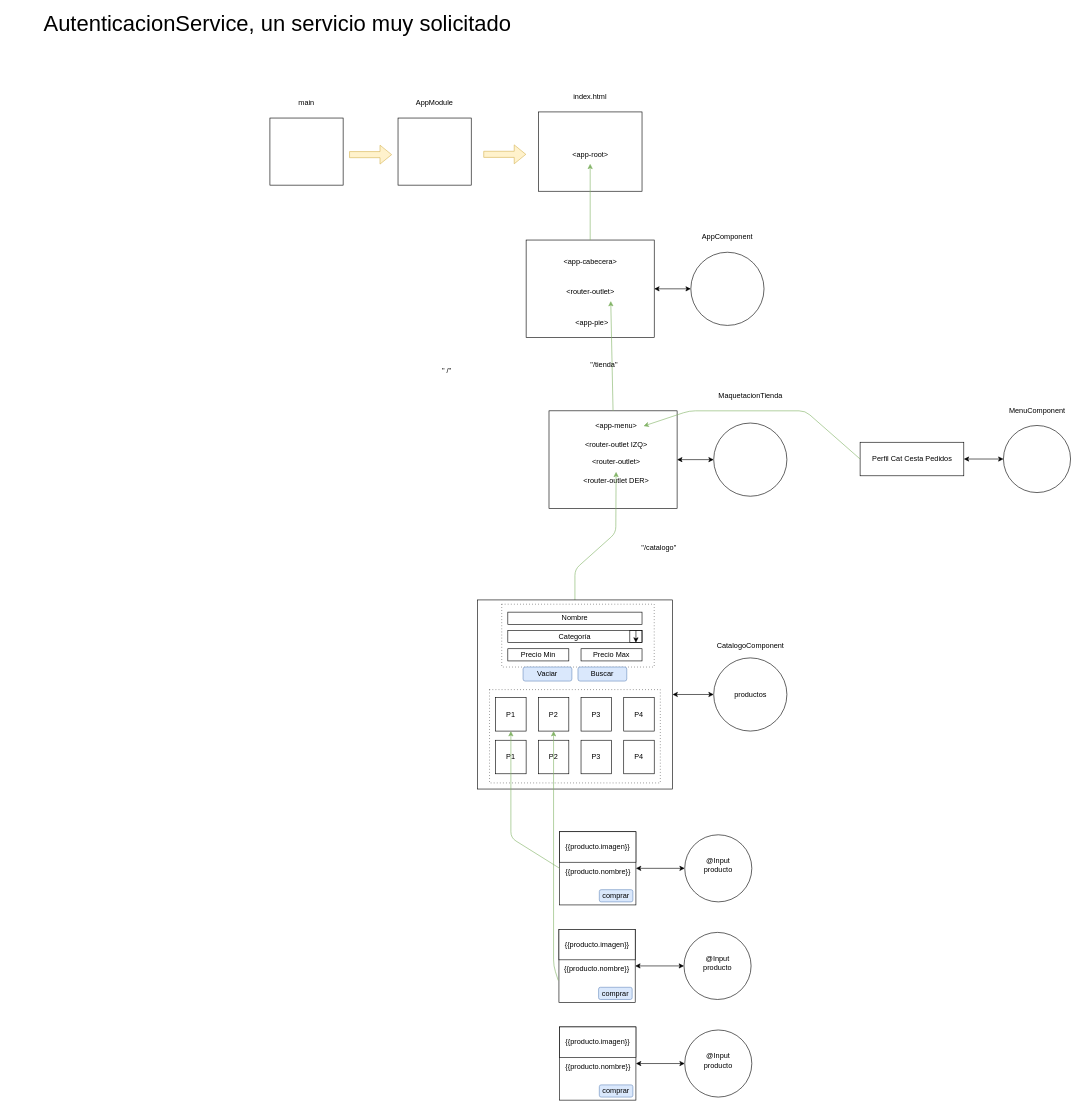
Earlier version of the draw.io diagram page "Página-47" (46 of 46) of dibujos.drawio (lrag/MEAN_2021_2). Source tidied: cells renumbered, new cells numbered last; positions are measured from the earlier drawing's top-left corner, leaving out a move shared by most shapes. Both pictures are drawn from the tidied source at 61%, with x=0, y=0 at pixel (10, 14).
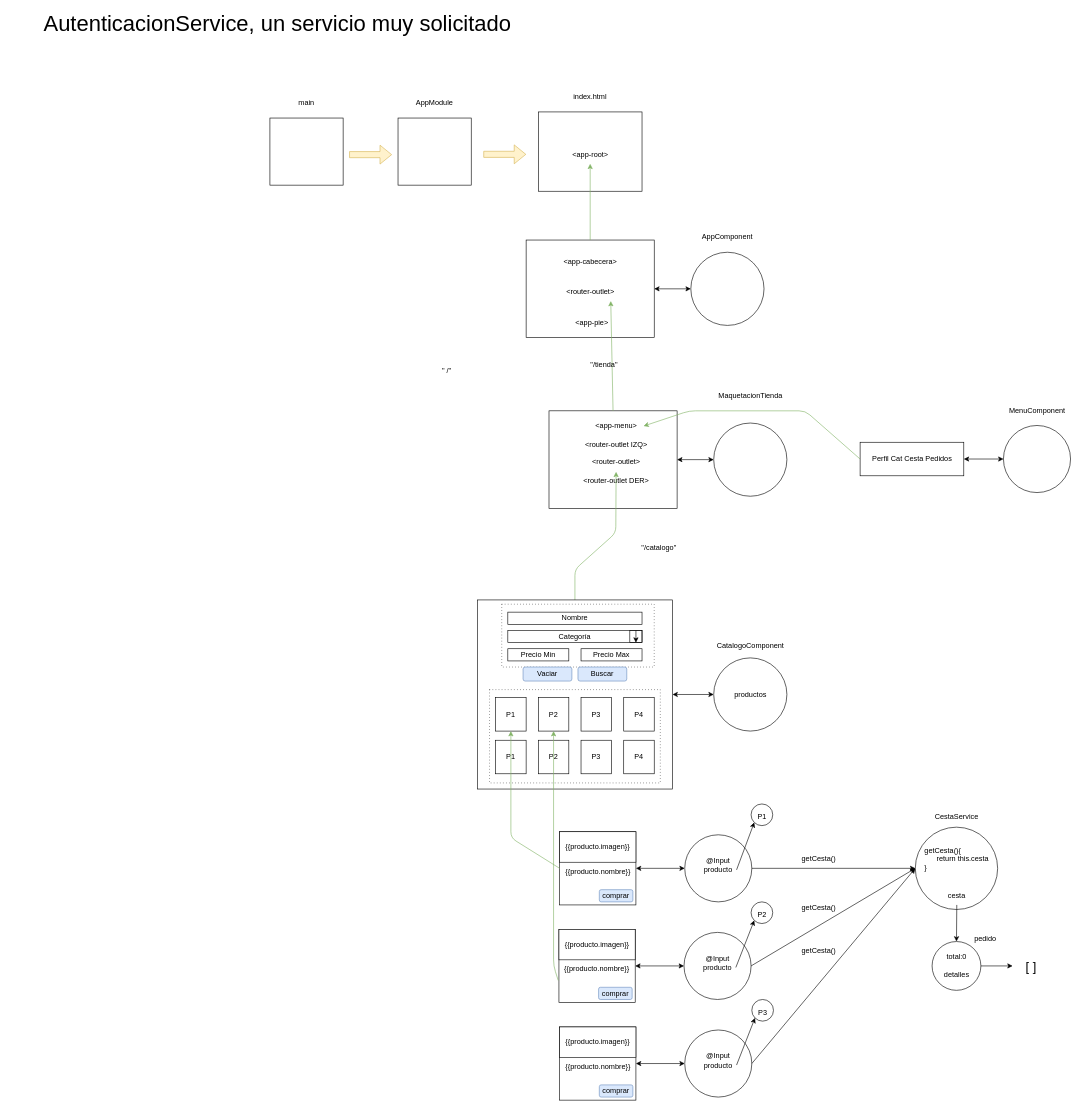
Above is the later version.

The change refers to these unchanged cells:
```xml
<mxCell id="63" style="ellipse;whiteSpace=wrap;html=1;" parent="1" vertex="1">
  <mxGeometry x="1105" y="1345" width="110" height="110" as="geometry" />
</mxCell>
<mxCell id="65" value="@Input&lt;br&gt;producto" style="text;html=1;strokeColor=none;fillColor=none;align=center;verticalAlign=middle;whiteSpace=wrap;rounded=0;" parent="1" vertex="1">
  <mxGeometry x="1130" y="1380" width="60" height="30" as="geometry" />
</mxCell>
<mxCell id="70" style="ellipse;whiteSpace=wrap;html=1;" parent="1" vertex="1">
  <mxGeometry x="1103.8" y="1505" width="110" height="110" as="geometry" />
</mxCell>
<mxCell id="72" value="@Input&lt;br&gt;producto" style="text;html=1;strokeColor=none;fillColor=none;align=center;verticalAlign=middle;whiteSpace=wrap;rounded=0;" parent="1" vertex="1">
  <mxGeometry x="1128.8" y="1540" width="60" height="30" as="geometry" />
</mxCell>
<mxCell id="77" style="ellipse;whiteSpace=wrap;html=1;" parent="1" vertex="1">
  <mxGeometry x="1105" y="1665" width="110" height="110" as="geometry" />
</mxCell>
<mxCell id="79" value="@Input&lt;br&gt;producto" style="text;html=1;strokeColor=none;fillColor=none;align=center;verticalAlign=middle;whiteSpace=wrap;rounded=0;" parent="1" vertex="1">
  <mxGeometry x="1130" y="1700" width="60" height="30" as="geometry" />
</mxCell>
```

The edit, as a diff of the source:
```diff
@@
+    <mxCell id="85" style="ellipse;whiteSpace=wrap;html=1;" parent="1" vertex="1">
+      <mxGeometry x="1483" y="1332.5" width="135" height="135" as="geometry" />
+    </mxCell>
+    <mxCell id="86" value="CestaService" style="text;html=1;strokeColor=none;fillColor=none;align=center;verticalAlign=middle;whiteSpace=wrap;rounded=0;" parent="1" vertex="1">
+      <mxGeometry x="1521" y="1300" width="60" height="30" as="geometry" />
+    </mxCell>
+    <mxCell id="87" style="endArrow=classic;html=1;rounded=1;exitX=1;exitY=0.5;exitDx=0;exitDy=0;" parent="1" edge="1" source="63" target="85">
+      <mxGeometry relative="1" as="geometry" />
+    </mxCell>
+    <mxCell id="88" style="endArrow=classic;html=1;rounded=1;exitX=1;exitY=0.5;exitDx=0;exitDy=0;entryX=0;entryY=0.5;entryDx=0;entryDy=0;" parent="1" edge="1" source="70" target="85">
+      <mxGeometry relative="1" as="geometry" />
+    </mxCell>
+    <mxCell id="89" style="endArrow=classic;html=1;rounded=1;exitX=1;exitY=0.5;exitDx=0;exitDy=0;entryX=0;entryY=0.5;entryDx=0;entryDy=0;" parent="1" edge="1" source="77" target="85">
+      <mxGeometry relative="1" as="geometry" />
+    </mxCell>
+    <mxCell id="90" value="getCesta()" style="text;html=1;strokeColor=none;fillColor=none;align=center;verticalAlign=middle;whiteSpace=wrap;rounded=0;" parent="1" vertex="1">
+      <mxGeometry x="1295" y="1520" width="60" height="30" as="geometry" />
+    </mxCell>
+    <mxCell id="91" value="getCesta()" style="text;html=1;strokeColor=none;fillColor=none;align=center;verticalAlign=middle;whiteSpace=wrap;rounded=0;" parent="1" vertex="1">
+      <mxGeometry x="1295" y="1450" width="60" height="30" as="geometry" />
+    </mxCell>
+    <mxCell id="92" value="getCesta()" style="text;html=1;strokeColor=none;fillColor=none;align=center;verticalAlign=middle;whiteSpace=wrap;rounded=0;" parent="1" vertex="1">
+      <mxGeometry x="1295" y="1370" width="60" height="30" as="geometry" />
+    </mxCell>
+    <mxCell id="93" style="endArrow=classic;html=1;rounded=1;exitX=0.5;exitY=1;exitDx=0;exitDy=0;entryX=0.5;entryY=0;entryDx=0;entryDy=0;" parent="1" edge="1" source="97" target="95">
+      <mxGeometry relative="1" as="geometry" />
+    </mxCell>
+    <mxCell id="94" style="edgeStyle=orthogonalEdgeStyle;rounded=1;jettySize=auto;html=1;entryX=0;entryY=0.5;entryDx=0;entryDy=0;fontSize=21;" parent="1" edge="1" source="95" target="101">
+      <mxGeometry relative="1" as="geometry" />
+    </mxCell>
+    <mxCell id="95" style="ellipse;whiteSpace=wrap;html=1;" parent="1" vertex="1">
+      <mxGeometry x="1510.5" y="1520" width="80" height="80" as="geometry" />
+    </mxCell>
+    <mxCell id="96" value="pedido" style="text;html=1;strokeColor=none;fillColor=none;align=center;verticalAlign=middle;whiteSpace=wrap;rounded=0;" parent="1" vertex="1">
+      <mxGeometry x="1568" y="1500" width="60" height="30" as="geometry" />
+    </mxCell>
+    <mxCell id="97" value="cesta" style="text;html=1;strokeColor=none;fillColor=none;align=center;verticalAlign=middle;whiteSpace=wrap;rounded=0;" parent="1" vertex="1">
+      <mxGeometry x="1521" y="1430" width="60" height="30" as="geometry" />
+    </mxCell>
+    <mxCell id="98" value="&lt;div style=&quot;text-align: left&quot;&gt;&lt;span&gt;getCesta(){&lt;/span&gt;&lt;/div&gt;&lt;div style=&quot;text-align: left&quot;&gt;&lt;span&gt;&amp;nbsp; &amp;nbsp; &amp;nbsp; return this.cesta&lt;/span&gt;&lt;/div&gt;&lt;div style=&quot;text-align: left&quot;&gt;&lt;span&gt;}&lt;/span&gt;&lt;/div&gt;" style="text;html=1;strokeColor=none;fillColor=none;align=center;verticalAlign=middle;whiteSpace=wrap;rounded=0;" parent="1" vertex="1">
+      <mxGeometry x="1491" y="1370" width="120" height="30" as="geometry" />
+    </mxCell>
+    <mxCell id="99" value="total:0" style="text;html=1;strokeColor=none;fillColor=none;align=center;verticalAlign=middle;whiteSpace=wrap;rounded=0;" parent="1" vertex="1">
+      <mxGeometry x="1521" y="1530" width="60" height="30" as="geometry" />
+    </mxCell>
+    <mxCell id="100" value="detalles" style="text;html=1;strokeColor=none;fillColor=none;align=center;verticalAlign=middle;whiteSpace=wrap;rounded=0;" parent="1" vertex="1">
+      <mxGeometry x="1529" y="1560" width="44" height="30" as="geometry" />
+    </mxCell>
+    <mxCell id="101" value="&lt;font style=&quot;font-size: 21px&quot;&gt;[ ]&lt;/font&gt;" style="text;html=1;strokeColor=none;fillColor=none;align=center;verticalAlign=middle;whiteSpace=wrap;rounded=0;" parent="1" vertex="1">
+      <mxGeometry x="1642.5" y="1545" width="60" height="30" as="geometry" />
+    </mxCell>
+    <mxCell id="102" value="&lt;span style=&quot;font-size: 12px&quot;&gt;P1&lt;/span&gt;" style="ellipse;whiteSpace=wrap;html=1;fontSize=21;align=center;" parent="1" vertex="1">
+      <mxGeometry x="1213.8" y="1294.5" width="35.5" height="35.5" as="geometry" />
+    </mxCell>
+    <mxCell id="103" style="endArrow=classic;html=1;rounded=1;fontSize=12;exitX=1;exitY=0.75;exitDx=0;exitDy=0;entryX=0;entryY=1;entryDx=0;entryDy=0;" parent="1" edge="1" source="65" target="102">
+      <mxGeometry relative="1" as="geometry" />
+    </mxCell>
+    <mxCell id="104" value="&lt;span style=&quot;font-size: 12px&quot;&gt;P2&lt;/span&gt;" style="ellipse;whiteSpace=wrap;html=1;fontSize=21;align=center;" parent="1" vertex="1">
+      <mxGeometry x="1213.8" y="1455" width="35.5" height="35.5" as="geometry" />
+    </mxCell>
+    <mxCell id="105" value="&lt;span style=&quot;font-size: 12px&quot;&gt;P3&lt;/span&gt;" style="ellipse;whiteSpace=wrap;html=1;fontSize=21;align=center;" parent="1" vertex="1">
+      <mxGeometry x="1215" y="1615" width="35.5" height="35.5" as="geometry" />
+    </mxCell>
+    <mxCell id="106" style="endArrow=classic;html=1;rounded=1;fontSize=12;exitX=1;exitY=0.75;exitDx=0;exitDy=0;entryX=0;entryY=1;entryDx=0;entryDy=0;" parent="1" edge="1" source="72" target="104">
+      <mxGeometry relative="1" as="geometry" />
+    </mxCell>
+    <mxCell id="107" style="endArrow=classic;html=1;rounded=1;fontSize=12;exitX=1;exitY=0.75;exitDx=0;exitDy=0;entryX=0;entryY=1;entryDx=0;entryDy=0;" parent="1" edge="1" source="79" target="105">
+      <mxGeometry relative="1" as="geometry" />
+    </mxCell>
```
